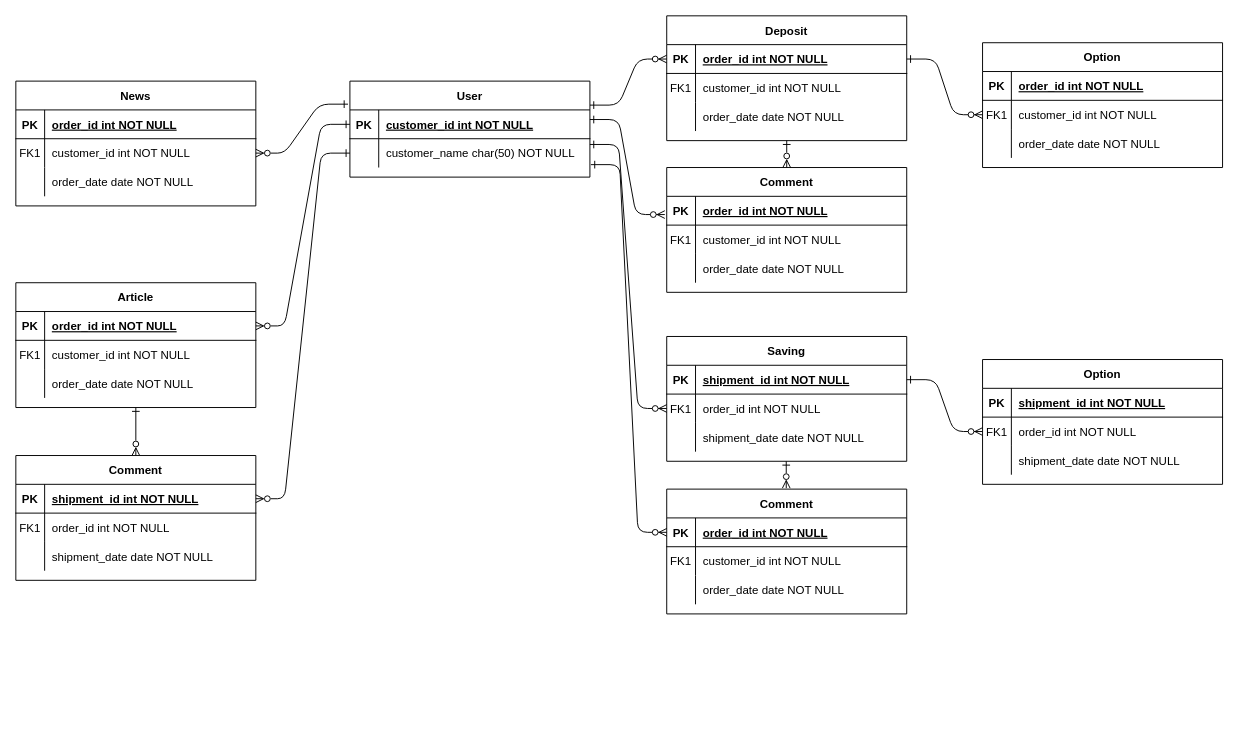
Above: 제목 없는 다이어그램.drawio in gawona/git_collaboration (draw.io), before the change. Source tidied: cells renumbered, new cells numbered last; positions are measured from the earlier drawing's top-left corner, leaving out a move shared by most shapes. Both pictures are drawn from the tidied source at 96%, with x=0, y=0 at pixel (15, 15).
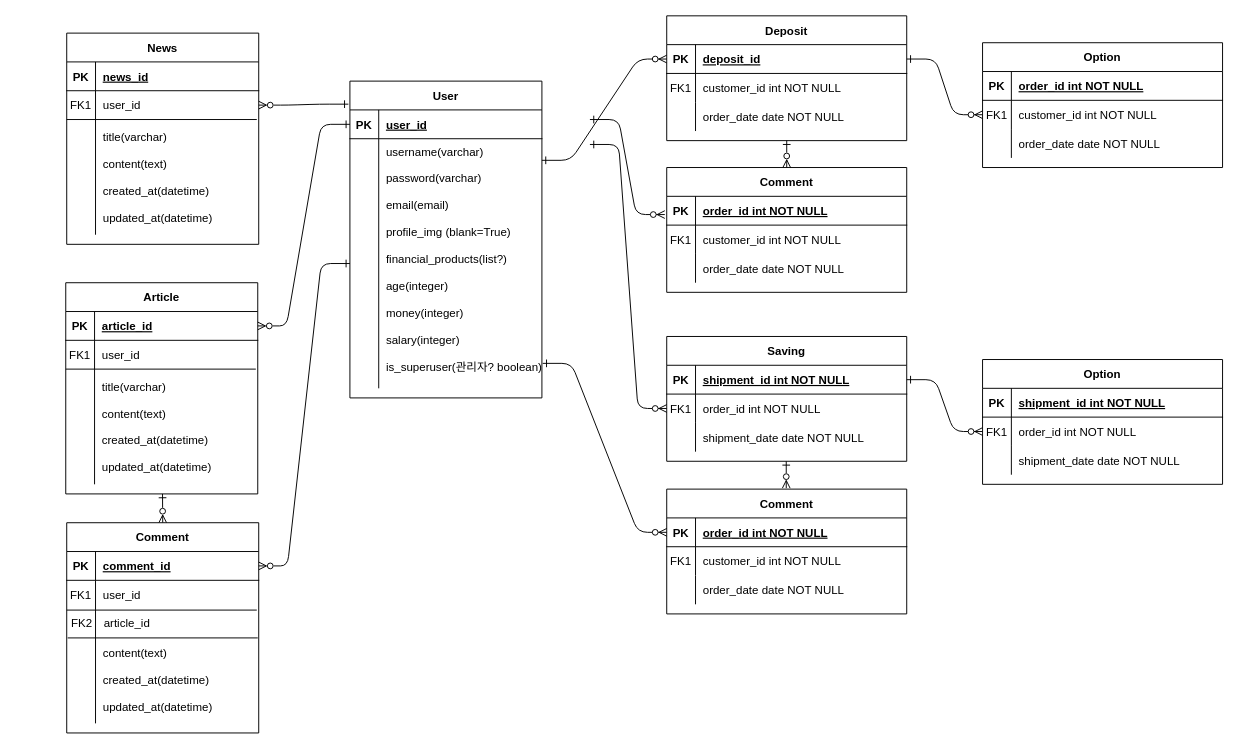
The same page after the edit.

Commit message (it also covers changes not shown here):
제목 없는 다이어그램.drawio 업데이트

The change refers to these unchanged cells:
```xml
<mxCell id="5" style="shape=partialRectangle;fillColor=none;points=[[0,0.5],[1,0.5]];portConstraint=eastwest;top=0;left=0;right=0;bottom=1;" parent="4" vertex="1">
  <mxGeometry y="30" width="250" height="30" as="geometry" />
</mxCell>
```

What changed in the source:
```diff
@@
-    <mxCell id="7" value="order_id int NOT NULL " style="shape=partialRectangle;overflow=hidden;fillColor=none;top=0;left=0;bottom=0;right=0;align=left;spacingLeft=6;fontStyle=5;" parent="5" vertex="1">
+    <mxCell id="7" value="deposit_id " style="shape=partialRectangle;overflow=hidden;fillColor=none;top=0;left=0;bottom=0;right=0;align=left;spacingLeft=6;fontStyle=5;" parent="5" vertex="1">
       <mxGeometry x="30" width="220" height="30" as="geometry" />
     </mxCell>
@@
     <mxCell id="25" value="User" style="shape=table;startSize=30;childLayout=tableLayout;rowLines=0;fontStyle=1;align=center;" parent="1" vertex="1">
-      <mxGeometry x="348" y="68" width="250" height="100" as="geometry" />
+      <mxGeometry x="348" y="68" width="200" height="330" as="geometry" />
     </mxCell>
     <mxCell id="26" style="shape=partialRectangle;fillColor=none;points=[[0,0.5],[1,0.5]];portConstraint=eastwest;top=0;left=0;right=0;bottom=1;" parent="25" vertex="1">
-      <mxGeometry y="30" width="250" height="30" as="geometry" />
+      <mxGeometry y="30" width="200" height="30" as="geometry" />
     </mxCell>
@@
-    <mxCell id="28" value="customer_id int NOT NULL " style="shape=partialRectangle;overflow=hidden;fillColor=none;top=0;left=0;bottom=0;right=0;align=left;spacingLeft=6;fontStyle=5;" parent="26" vertex="1">
-      <mxGeometry x="30" width="220" height="30" as="geometry" />
+    <mxCell id="28" value="user_id" style="shape=partialRectangle;overflow=hidden;fillColor=none;top=0;left=0;bottom=0;right=0;align=left;spacingLeft=6;fontStyle=5;" parent="26" vertex="1">
+      <mxGeometry x="30" width="170" height="30" as="geometry" />
     </mxCell>
     <mxCell id="29" style="shape=partialRectangle;fillColor=none;points=[[0,0.5],[1,0.5]];portConstraint=eastwest;top=0;left=0;right=0;bottom=0;" parent="25" vertex="1">
-      <mxGeometry y="60" width="250" height="30" as="geometry" />
+      <mxGeometry y="60" width="200" height="260" as="geometry" />
     </mxCell>
     <mxCell id="30" style="shape=partialRectangle;overflow=hidden;fillColor=none;top=0;left=0;bottom=0;right=0;" parent="29" vertex="1">
-      <mxGeometry width="30" height="30" as="geometry" />
+      <mxGeometry width="30" height="260" as="geometry" />
     </mxCell>
-    <mxCell id="31" value="customer_name char(50) NOT NULL" style="shape=partialRectangle;overflow=hidden;fillColor=none;top=0;left=0;bottom=0;right=0;align=left;spacingLeft=6;" parent="29" vertex="1">
-      <mxGeometry x="30" width="220" height="30" as="geometry" />
+    <mxCell id="31" value="username(varchar)&#10;&#10;password(varchar)&#10;&#10;email(email)&#10;&#10;profile_img (blank=True)&#10;&#10;financial_products(list?)&#10;&#10;age(integer)&#10;&#10;money(integer)&#10;&#10;salary(integer)&#10;&#10;is_superuser(관리자? boolean)" style="shape=partialRectangle;overflow=hidden;fillColor=none;top=0;left=0;bottom=0;right=0;align=left;spacingLeft=6;verticalAlign=top;" parent="29" vertex="1">
+      <mxGeometry x="30" width="170" height="260" as="geometry" />
     </mxCell>
@@
     <mxCell id="33" value="Article" style="shape=table;startSize=30;childLayout=tableLayout;rowLines=0;fontStyle=1;align=center;" parent="1" vertex="1">
-      <mxGeometry y="278" width="250" height="130" as="geometry" />
+      <mxGeometry x="52" y="278" width="200" height="220" as="geometry" />
     </mxCell>
     <mxCell id="34" style="shape=partialRectangle;fillColor=none;points=[[0,0.5],[1,0.5]];portConstraint=eastwest;top=0;left=0;right=0;bottom=1;" parent="33" vertex="1">
-      <mxGeometry y="30" width="250" height="30" as="geometry" />
+      <mxGeometry y="30" width="200" height="30" as="geometry" />
     </mxCell>
@@
-    <mxCell id="36" value="order_id int NOT NULL " style="shape=partialRectangle;overflow=hidden;fillColor=none;top=0;left=0;bottom=0;right=0;align=left;spacingLeft=6;fontStyle=5;" parent="34" vertex="1">
-      <mxGeometry x="30" width="220" height="30" as="geometry" />
+    <mxCell id="36" value="article_id" style="shape=partialRectangle;overflow=hidden;fillColor=none;top=0;left=0;bottom=0;right=0;align=left;spacingLeft=6;fontStyle=5;" parent="34" vertex="1">
+      <mxGeometry x="30" width="170" height="30" as="geometry" />
     </mxCell>
     <mxCell id="37" style="shape=partialRectangle;fillColor=none;top=0;left=0;right=0;bottom=0;" parent="33" vertex="1">
-      <mxGeometry y="60" width="250" height="30" as="geometry" />
+      <mxGeometry y="60" width="200" height="30" as="geometry" />
     </mxCell>
@@
-    <mxCell id="39" value="customer_id int NOT NULL" style="shape=partialRectangle;overflow=hidden;fillColor=none;top=0;left=0;bottom=0;right=0;align=left;spacingLeft=6;" parent="37" vertex="1">
-      <mxGeometry x="30" width="220" height="30" as="geometry" />
+    <mxCell id="39" value="user_id" style="shape=partialRectangle;overflow=hidden;fillColor=none;top=0;left=0;bottom=0;right=0;align=left;spacingLeft=6;" parent="37" vertex="1">
+      <mxGeometry x="30" width="170" height="30" as="geometry" />
     </mxCell>
     <mxCell id="40" style="shape=partialRectangle;fillColor=none;top=0;left=0;right=0;bottom=0;" parent="33" vertex="1">
-      <mxGeometry y="90" width="250" height="30" as="geometry" />
+      <mxGeometry y="90" width="200" height="120" as="geometry" />
     </mxCell>
     <mxCell id="41" style="shape=partialRectangle;overflow=hidden;fillColor=none;top=0;left=0;bottom=0;right=0;" parent="40" vertex="1">
-      <mxGeometry width="30" height="30" as="geometry" />
+      <mxGeometry width="30" height="120" as="geometry" />
     </mxCell>
-    <mxCell id="42" value="order_date date NOT NULL" style="shape=partialRectangle;overflow=hidden;fillColor=none;top=0;left=0;bottom=0;right=0;align=left;spacingLeft=6;" parent="40" vertex="1">
-      <mxGeometry x="30" width="220" height="30" as="geometry" />
+    <mxCell id="42" value="title(varchar)&#10;&#10;content(text)&#10;&#10;created_at(datetime)&#10;&#10;updated_at(datetime)" style="shape=partialRectangle;overflow=hidden;fillColor=none;top=0;left=0;bottom=0;right=0;align=left;spacingLeft=6;" parent="40" vertex="1">
+      <mxGeometry x="30" width="170" height="120" as="geometry" />
     </mxCell>
     <mxCell id="43" value="Comment" style="shape=table;startSize=30;childLayout=tableLayout;rowLines=0;fontStyle=1;align=center;" parent="1" vertex="1">
-      <mxGeometry y="458" width="250" height="130" as="geometry" />
+      <mxGeometry x="53" y="528" width="200" height="219" as="geometry" />
     </mxCell>
     <mxCell id="44" style="shape=partialRectangle;fillColor=none;points=[[0,0.5],[1,0.5]];portConstraint=eastwest;top=0;left=0;right=0;bottom=1;" parent="43" vertex="1">
-      <mxGeometry y="30" width="250" height="30" as="geometry" />
+      <mxGeometry y="30" width="200" height="30" as="geometry" />
     </mxCell>
@@
-    <mxCell id="46" value="shipment_id int NOT NULL " style="shape=partialRectangle;overflow=hidden;fillColor=none;top=0;left=0;bottom=0;right=0;align=left;spacingLeft=6;fontStyle=5;" parent="44" vertex="1">
-      <mxGeometry x="30" width="220" height="30" as="geometry" />
+    <mxCell id="46" value="comment_id " style="shape=partialRectangle;overflow=hidden;fillColor=none;top=0;left=0;bottom=0;right=0;align=left;spacingLeft=6;fontStyle=5;" parent="44" vertex="1">
+      <mxGeometry x="30" width="170" height="30" as="geometry" />
     </mxCell>
     <mxCell id="47" style="shape=partialRectangle;fillColor=none;top=0;left=0;right=0;bottom=0;" parent="43" vertex="1">
-      <mxGeometry y="60" width="250" height="30" as="geometry" />
+      <mxGeometry y="60" width="200" height="30" as="geometry" />
     </mxCell>
@@
-    <mxCell id="49" value="order_id int NOT NULL" style="shape=partialRectangle;overflow=hidden;fillColor=none;top=0;left=0;bottom=0;right=0;align=left;spacingLeft=6;" parent="47" vertex="1">
-      <mxGeometry x="30" width="220" height="30" as="geometry" />
+    <mxCell id="49" value="user_id" style="shape=partialRectangle;overflow=hidden;fillColor=none;top=0;left=0;bottom=0;right=0;align=left;spacingLeft=6;" parent="47" vertex="1">
+      <mxGeometry x="30" width="170" height="30" as="geometry" />
     </mxCell>
     <mxCell id="50" style="shape=partialRectangle;fillColor=none;top=0;left=0;right=0;bottom=0;" parent="43" vertex="1">
-      <mxGeometry y="90" width="250" height="30" as="geometry" />
+      <mxGeometry y="90" width="200" height="119" as="geometry" />
     </mxCell>
     <mxCell id="51" style="shape=partialRectangle;overflow=hidden;fillColor=none;top=0;left=0;bottom=0;right=0;" parent="50" vertex="1">
-      <mxGeometry width="30" height="30" as="geometry" />
+      <mxGeometry width="30" height="119" as="geometry" />
     </mxCell>
-    <mxCell id="52" value="shipment_date date NOT NULL" style="shape=partialRectangle;overflow=hidden;fillColor=none;top=0;left=0;bottom=0;right=0;align=left;spacingLeft=6;" parent="50" vertex="1">
-      <mxGeometry x="30" width="220" height="30" as="geometry" />
+    <mxCell id="52" value="&#10;&#10;content(text)&#10;&#10;created_at(datetime)&#10;&#10;updated_at(datetime)" style="shape=partialRectangle;overflow=hidden;fillColor=none;top=0;left=0;bottom=0;right=0;align=left;spacingLeft=6;" parent="50" vertex="1">
+      <mxGeometry x="30" width="170" height="119" as="geometry" />
     </mxCell>
@@
     <mxCell id="73" value="News" style="shape=table;startSize=30;childLayout=tableLayout;rowLines=0;fontStyle=1;align=center;" parent="1" vertex="1">
-      <mxGeometry y="68" width="250" height="130" as="geometry" />
+      <mxGeometry x="53" y="18" width="200" height="220" as="geometry" />
     </mxCell>
     <mxCell id="74" style="shape=partialRectangle;fillColor=none;top=0;left=0;right=0;bottom=1;" parent="73" vertex="1">
-      <mxGeometry y="30" width="250" height="30" as="geometry" />
+      <mxGeometry y="30" width="200" height="30" as="geometry" />
     </mxCell>
@@
-    <mxCell id="76" value="order_id int NOT NULL " style="shape=partialRectangle;overflow=hidden;fillColor=none;top=0;left=0;bottom=0;right=0;align=left;spacingLeft=6;fontStyle=5;" parent="74" vertex="1">
-      <mxGeometry x="30" width="220" height="30" as="geometry" />
+    <mxCell id="76" value="news_id" style="shape=partialRectangle;overflow=hidden;fillColor=none;top=0;left=0;bottom=0;right=0;align=left;spacingLeft=6;fontStyle=5;" parent="74" vertex="1">
+      <mxGeometry x="30" width="170" height="30" as="geometry" />
     </mxCell>
     <mxCell id="77" style="shape=partialRectangle;fillColor=none;points=[[0,0.5],[1,0.5]];portConstraint=eastwest;top=0;left=0;right=0;bottom=0;" parent="73" vertex="1">
-      <mxGeometry y="60" width="250" height="30" as="geometry" />
+      <mxGeometry y="60" width="200" height="30" as="geometry" />
     </mxCell>
@@
-    <mxCell id="79" value="customer_id int NOT NULL" style="shape=partialRectangle;overflow=hidden;fillColor=none;top=0;left=0;bottom=0;right=0;align=left;spacingLeft=6;" parent="77" vertex="1">
-      <mxGeometry x="30" width="220" height="30" as="geometry" />
+    <mxCell id="79" value="user_id" style="shape=partialRectangle;overflow=hidden;fillColor=none;top=0;left=0;bottom=0;right=0;align=left;spacingLeft=6;" parent="77" vertex="1">
+      <mxGeometry x="30" width="170" height="30" as="geometry" />
     </mxCell>
     <mxCell id="80" style="shape=partialRectangle;fillColor=none;top=0;left=0;right=0;bottom=0;" parent="73" vertex="1">
-      <mxGeometry y="90" width="250" height="30" as="geometry" />
+      <mxGeometry y="90" width="200" height="120" as="geometry" />
     </mxCell>
     <mxCell id="81" style="shape=partialRectangle;overflow=hidden;fillColor=none;top=0;left=0;bottom=0;right=0;" parent="80" vertex="1">
-      <mxGeometry width="30" height="30" as="geometry" />
+      <mxGeometry width="30" height="120" as="geometry" />
     </mxCell>
-    <mxCell id="82" value="order_date date NOT NULL" style="shape=partialRectangle;overflow=hidden;fillColor=none;top=0;left=0;bottom=0;right=0;align=left;spacingLeft=6;" parent="80" vertex="1">
-      <mxGeometry x="30" width="220" height="30" as="geometry" />
+    <mxCell id="82" value="title(varchar)&#10;&#10;content(text)&#10;&#10;created_at(datetime)&#10;&#10;updated_at(datetime)" style="shape=partialRectangle;overflow=hidden;fillColor=none;top=0;left=0;bottom=0;right=0;align=left;spacingLeft=6;" parent="80" vertex="1">
+      <mxGeometry x="30" width="170" height="120" as="geometry" />
     </mxCell>
@@
+    <mxCell id="111" style="line;strokeWidth=1;dashed=0;labelPosition=right;align=left;verticalAlign=middle;spacingTop=0;spacingLeft=6;strokeColor=default;fontFamily=Helvetica;fontSize=12;fontColor=default;fillColor=none;" parent="1" vertex="1">
+      <mxGeometry x="52" y="363" width="198" height="10" as="geometry" />
+    </mxCell>
+    <mxCell id="112" style="line;strokeWidth=1;dashed=0;labelPosition=right;align=left;verticalAlign=middle;spacingTop=0;spacingLeft=6;strokeColor=default;fontFamily=Helvetica;fontSize=12;fontColor=default;fillColor=none;" parent="1" vertex="1">
+      <mxGeometry x="53" y="614" width="198" height="10" as="geometry" />
+    </mxCell>
+    <mxCell id="113" style="shape=partialRectangle;fillColor=none;top=0;left=0;right=0;bottom=0;" parent="1" vertex="1">
+      <mxGeometry x="54" y="617" width="200" height="30" as="geometry" />
+    </mxCell>
+    <mxCell id="114" value="FK2" style="shape=partialRectangle;overflow=hidden;fillColor=none;top=0;left=0;bottom=0;right=0;" parent="113" vertex="1">
+      <mxGeometry width="30" height="30" as="geometry" />
+    </mxCell>
+    <mxCell id="115" value="article_id" style="shape=partialRectangle;overflow=hidden;fillColor=none;top=0;left=0;bottom=0;right=0;align=left;spacingLeft=6;" parent="113" vertex="1">
+      <mxGeometry x="30" width="170" height="30" as="geometry" />
+    </mxCell>
+    <mxCell id="116" style="line;strokeWidth=1;dashed=0;labelPosition=right;align=left;verticalAlign=middle;spacingTop=0;spacingLeft=6;strokeColor=default;fontFamily=Helvetica;fontSize=12;fontColor=default;fillColor=none;" parent="1" vertex="1">
+      <mxGeometry x="54" y="643" width="198" height="10" as="geometry" />
+    </mxCell>
+    <mxCell id="117" style="line;strokeWidth=1;dashed=0;labelPosition=right;align=left;verticalAlign=middle;spacingTop=0;spacingLeft=6;strokeColor=default;fontFamily=Helvetica;fontSize=12;fontColor=default;fillColor=none;" parent="1" vertex="1">
+      <mxGeometry x="53" y="103" width="198" height="10" as="geometry" />
+    </mxCell>
```
